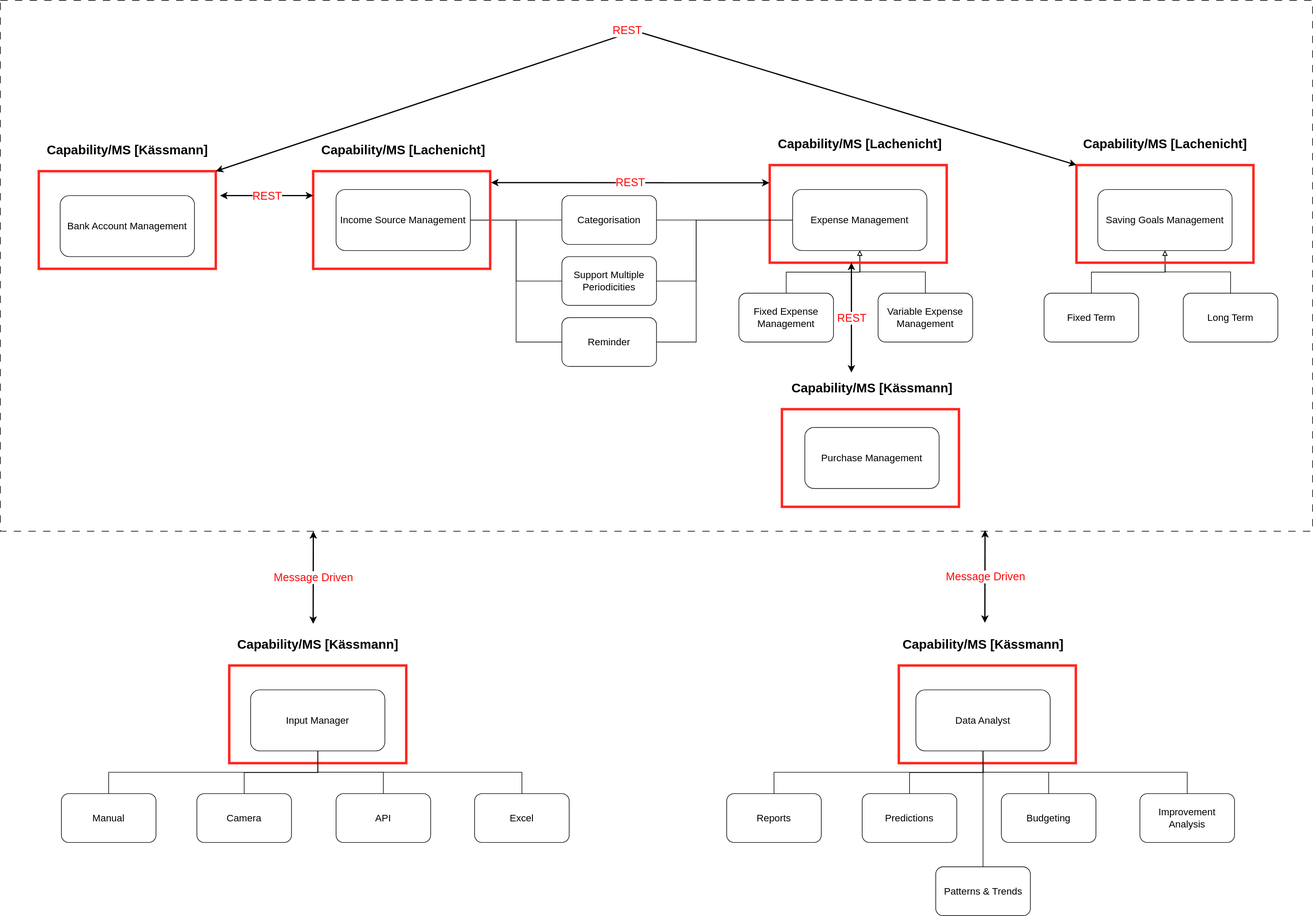
Before: figures/capability_diagram.svg, a diagram exported from draw.io (Uinyw/financetracker). Source tidied: cells renumbered, new cells last; positions are measured from the earlier drawing's top-left corner, leaving out a move shared by most shapes.
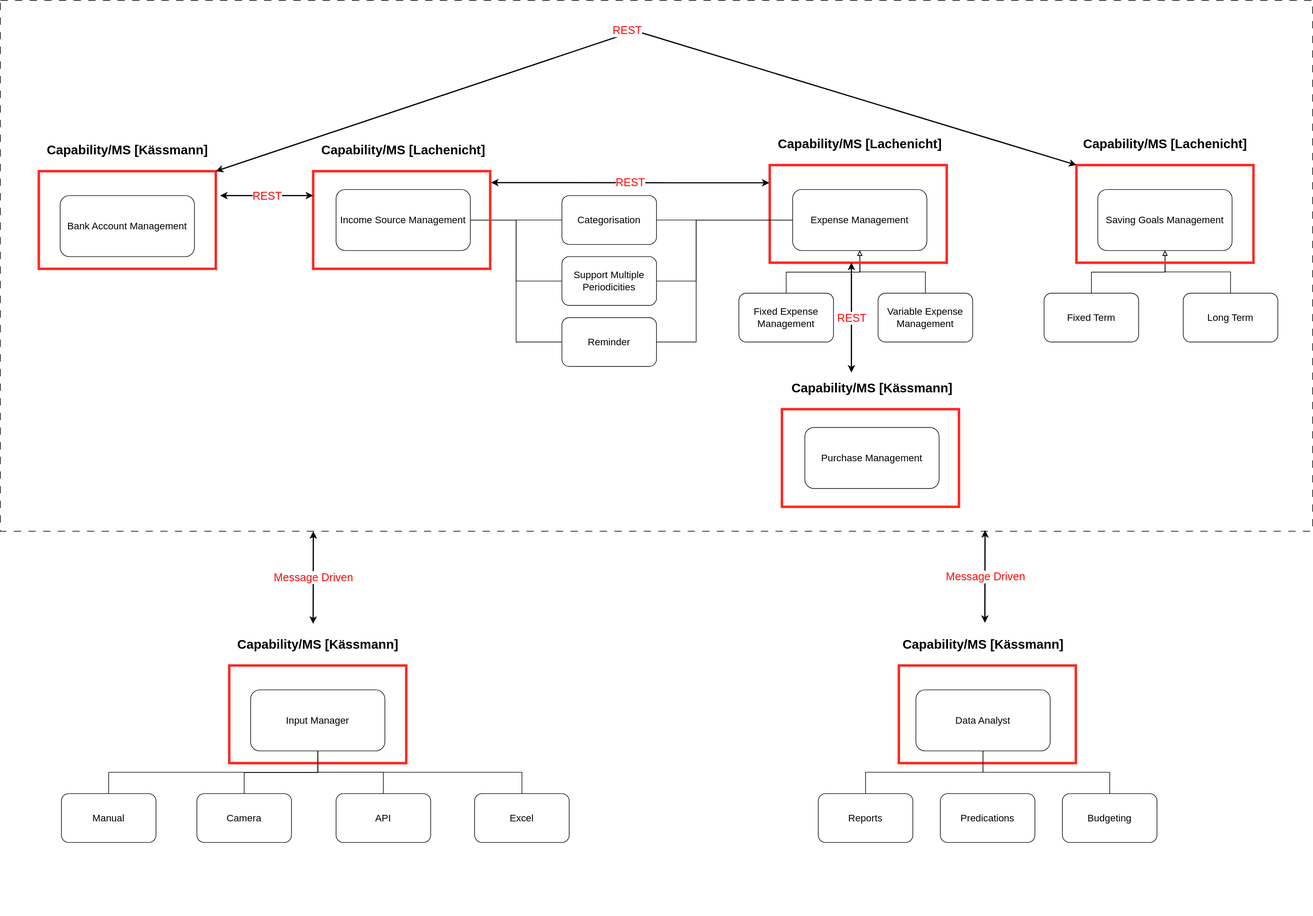
After the change.

Commit message:
update capability diagram

What changed in the source:
```diff
@@ -207,16 +207,14 @@
       <mxGeometry y="170" width="383" height="80" as="geometry" />
     </mxCell>
     <mxCell id="60" value="&lt;font style=&quot;font-size: 16px;&quot;&gt;Budgeting&lt;/font&gt;" style="rounded=1;whiteSpace=wrap;html=1;" parent="59" vertex="1">
-      <mxGeometry x="228" width="155" height="80" as="geometry" />
+      <mxGeometry x="328" width="155" height="80" as="geometry" />
     </mxCell>
-    <mxCell id="61" style="edgeStyle=orthogonalEdgeStyle;rounded=0;jettySize=auto;html=1;exitX=0.5;exitY=0;exitDx=0;exitDy=0;endArrow=none;endFill=0;" parent="59" edge="1" source="62">
-      <mxGeometry relative="1" as="geometry">
-        <mxPoint x="198" y="-70" as="targetPoint" />
-      </mxGeometry>
-    </mxCell>
-    <mxCell id="62" value="&lt;font style=&quot;font-size: 16px;&quot;&gt;Predictions&lt;/font&gt;" style="rounded=1;whiteSpace=wrap;html=1;" parent="59" vertex="1">
-      <mxGeometry width="155" height="80" as="geometry" />
-    </mxCell>
+    <mxCell id="68" value="&lt;font style=&quot;font-size: 16px;&quot;&gt;Reports&lt;/font&gt;" style="rounded=1;whiteSpace=wrap;html=1;" parent="59" vertex="1">
+      <mxGeometry x="-72" width="155" height="80" as="geometry" />
+    </mxCell>
+    <mxCell id="90" value="&lt;font style=&quot;font-size: 16px;&quot;&gt;Predications&lt;/font&gt;" style="rounded=1;whiteSpace=wrap;html=1;" parent="59" vertex="1">
+      <mxGeometry x="128" width="155" height="80" as="geometry" />
+    </mxCell>
     <mxCell id="63" style="edgeStyle=orthogonalEdgeStyle;rounded=0;jettySize=auto;html=1;exitX=0.5;exitY=0;exitDx=0;exitDy=0;entryX=0.5;entryY=1;entryDx=0;entryDy=0;endArrow=none;endFill=0;" parent="57" edge="1" source="60" target="58">
       <mxGeometry relative="1" as="geometry" />
     </mxCell>
@@ -229,24 +227,9 @@
     <mxCell id="66" style="rounded=0;whiteSpace=wrap;html=1;fillColor=none;strokeWidth=4;strokeColor=#FF261F;" parent="57" vertex="1">
       <mxGeometry x="60" y="-40" width="290" height="160" as="geometry" />
     </mxCell>
-    <mxCell id="67" style="edgeStyle=orthogonalEdgeStyle;rounded=0;jettySize=auto;html=1;exitX=0.5;exitY=0;exitDx=0;exitDy=0;entryX=0.5;entryY=1;entryDx=0;entryDy=0;endArrow=none;endFill=0;" parent="56" edge="1" source="68" target="58">
+    <mxCell id="67" style="edgeStyle=orthogonalEdgeStyle;rounded=0;jettySize=auto;html=1;exitX=0.5;exitY=0;exitDx=0;exitDy=0;entryX=0.5;entryY=1;entryDx=0;entryDy=0;endArrow=none;endFill=0;" parent="57" edge="1" source="68" target="58">
       <mxGeometry relative="1" as="geometry" />
     </mxCell>
-    <mxCell id="68" value="&lt;font style=&quot;font-size: 16px;&quot;&gt;Reports&lt;/font&gt;" style="rounded=1;whiteSpace=wrap;html=1;" parent="56" vertex="1">
-      <mxGeometry y="170" width="155" height="80" as="geometry" />
-    </mxCell>
-    <mxCell id="69" style="edgeStyle=orthogonalEdgeStyle;rounded=0;jettySize=auto;html=1;exitX=0.5;exitY=0;exitDx=0;exitDy=0;entryX=0.5;entryY=1;entryDx=0;entryDy=0;endArrow=none;endFill=0;" parent="56" edge="1" source="70" target="58">
-      <mxGeometry relative="1" as="geometry" />
-    </mxCell>
-    <mxCell id="70" value="&lt;font style=&quot;font-size: 16px;&quot;&gt;Improvement Analysis&lt;/font&gt;" style="rounded=1;whiteSpace=wrap;html=1;" parent="56" vertex="1">
-      <mxGeometry x="677" y="170" width="155" height="80" as="geometry" />
-    </mxCell>
-    <mxCell id="71" style="edgeStyle=orthogonalEdgeStyle;rounded=0;jettySize=auto;html=1;exitX=0.5;exitY=0;exitDx=0;exitDy=0;entryX=0.5;entryY=1;entryDx=0;entryDy=0;endArrow=none;endFill=0;" parent="56" edge="1" source="72" target="58">
-      <mxGeometry relative="1" as="geometry" />
-    </mxCell>
-    <mxCell id="72" value="&lt;font style=&quot;font-size: 16px;&quot;&gt;Patterns &amp;amp; Trends&lt;/font&gt;" style="rounded=1;whiteSpace=wrap;html=1;" parent="56" vertex="1">
-      <mxGeometry x="342.5" y="290" width="155" height="80" as="geometry" />
-    </mxCell>
     <mxCell id="73" style="group;" parent="1" vertex="1">
       <mxGeometry x="100" y="1130" width="832" height="370" as="geometry" />
     </mxCell>
```
